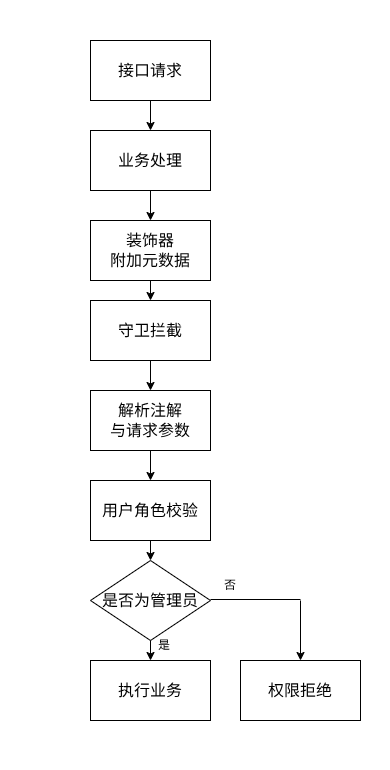
Above: static/pic/flowchart/interceptor_req.drawio.png in hongch666/mix-web-demo (draw.io), before the change. Source tidied: cells renumbered, new cells last; positions are measured from the earlier drawing's top-left corner, leaving out a move shared by most shapes.
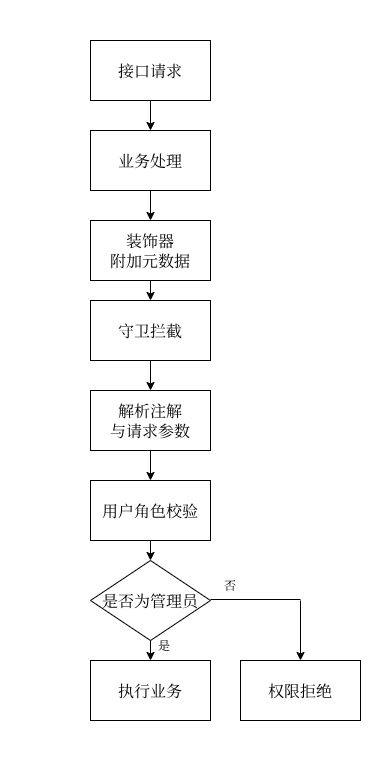
Above is the later version.

What changed in the source:
```diff
@@ -2,83 +2,83 @@
   <root>
     <mxCell id="0" />
     <mxCell id="1" parent="0" />
-    <mxCell id="2" style="edgeStyle=none;html=1;exitX=0.5;exitY=1;exitDx=0;exitDy=0;entryX=0.5;entryY=0;entryDx=0;entryDy=0;" parent="1" edge="1" source="3" target="5">
+    <mxCell id="2" style="edgeStyle=none;html=1;exitX=0.5;exitY=1;exitDx=0;exitDy=0;entryX=0.5;entryY=0;entryDx=0;entryDy=0;fontFamily=宋体;" parent="1" edge="1" source="3" target="5">
       <mxGeometry relative="1" as="geometry" />
     </mxCell>
-    <mxCell id="3" value="接口请求" style="rounded=0;whiteSpace=wrap;html=1;fontSize=16;" parent="1" vertex="1">
+    <mxCell id="3" value="接口请求" style="rounded=0;whiteSpace=wrap;html=1;fontSize=16;fontFamily=宋体;" parent="1" vertex="1">
       <mxGeometry x="90" y="40" width="120" height="60" as="geometry" />
     </mxCell>
-    <mxCell id="4" style="edgeStyle=none;html=1;exitX=0.5;exitY=1;exitDx=0;exitDy=0;entryX=0.5;entryY=0;entryDx=0;entryDy=0;" parent="1" edge="1" source="5" target="23">
+    <mxCell id="4" style="edgeStyle=none;html=1;exitX=0.5;exitY=1;exitDx=0;exitDy=0;entryX=0.5;entryY=0;entryDx=0;entryDy=0;fontFamily=宋体;" parent="1" edge="1" source="5" target="23">
       <mxGeometry relative="1" as="geometry" />
     </mxCell>
-    <mxCell id="5" value="业务处理&lt;span style=&quot;color: rgba(0, 0, 0, 0); font-family: monospace; font-size: 0px; text-align: start;&quot;&gt;%3CmxGraphModel%3E%3Croot%3E%3CmxCell%20id%3D%220%22%2F%3E%3CmxCell%20id%3D%221%22%20parent%3D%220%22%2F%3E%3CmxCell%20id%3D%222%22%20value%3D%22AOP%E5%88%87%E9%9D%A2%E6%8B%A6%E6%88%AA%22%20style%3D%22rounded%3D0%3BwhiteSpace%3Dwrap%3Bhtml%3D1%3BfontSize%3D16%3B%22%20vertex%3D%221%22%20parent%3D%221%22%3E%3CmxGeometry%20x%3D%22310%22%20y%3D%22160%22%20width%3D%22120%22%20height%3D%2260%22%20as%3D%22geometry%22%2F%3E%3C%2FmxCell%3E%3C%2Froot%3E%3C%2FmxGraphModel%3E&lt;/span&gt;" style="rounded=0;whiteSpace=wrap;html=1;fontSize=16;" parent="1" vertex="1">
+    <mxCell id="5" value="业务处理&lt;span style=&quot;color: rgba(0, 0, 0, 0); font-size: 0px; text-align: start;&quot;&gt;%3CmxGraphModel%3E%3Croot%3E%3CmxCell%20id%3D%220%22%2F%3E%3CmxCell%20id%3D%221%22%20parent%3D%220%22%2F%3E%3CmxCell%20id%3D%222%22%20value%3D%22AOP%E5%88%87%E9%9D%A2%E6%8B%A6%E6%88%AA%22%20style%3D%22rounded%3D0%3BwhiteSpace%3Dwrap%3Bhtml%3D1%3BfontSize%3D16%3B%22%20vertex%3D%221%22%20parent%3D%221%22%3E%3CmxGeometry%20x%3D%22310%22%20y%3D%22160%22%20width%3D%22120%22%20height%3D%2260%22%20as%3D%22geometry%22%2F%3E%3C%2FmxCell%3E%3C%2Froot%3E%3C%2FmxGraphModel%3E&lt;/span&gt;" style="rounded=0;whiteSpace=wrap;html=1;fontSize=16;fontFamily=宋体;" parent="1" vertex="1">
       <mxGeometry x="90" y="130" width="120" height="60" as="geometry" />
     </mxCell>
-    <mxCell id="6" style="edgeStyle=none;html=1;exitX=0.5;exitY=1;exitDx=0;exitDy=0;entryX=0.5;entryY=0;entryDx=0;entryDy=0;" parent="1" edge="1" target="8">
+    <mxCell id="6" style="edgeStyle=none;html=1;exitX=0.5;exitY=1;exitDx=0;exitDy=0;entryX=0.5;entryY=0;entryDx=0;entryDy=0;fontFamily=宋体;" parent="1" edge="1" target="8">
       <mxGeometry relative="1" as="geometry">
         <mxPoint x="150" y="360" as="sourcePoint" />
       </mxGeometry>
     </mxCell>
-    <mxCell id="7" style="edgeStyle=none;html=1;exitX=0.5;exitY=1;exitDx=0;exitDy=0;entryX=0.5;entryY=0;entryDx=0;entryDy=0;" parent="1" edge="1" source="8" target="10">
+    <mxCell id="7" style="edgeStyle=none;html=1;exitX=0.5;exitY=1;exitDx=0;exitDy=0;entryX=0.5;entryY=0;entryDx=0;entryDy=0;fontFamily=宋体;" parent="1" edge="1" source="8" target="10">
       <mxGeometry relative="1" as="geometry" />
     </mxCell>
-    <mxCell id="8" value="解析注解&lt;br&gt;与请求参数" style="rounded=0;whiteSpace=wrap;html=1;fontSize=16;" parent="1" vertex="1">
+    <mxCell id="8" value="解析注解&lt;br&gt;与请求参数" style="rounded=0;whiteSpace=wrap;html=1;fontSize=16;fontFamily=宋体;" parent="1" vertex="1">
       <mxGeometry x="90" y="390" width="120" height="60" as="geometry" />
     </mxCell>
-    <mxCell id="9" style="edgeStyle=none;html=1;exitX=0.5;exitY=1;exitDx=0;exitDy=0;entryX=0.5;entryY=0;entryDx=0;entryDy=0;" parent="1" edge="1" source="10" target="11">
+    <mxCell id="9" style="edgeStyle=none;html=1;exitX=0.5;exitY=1;exitDx=0;exitDy=0;entryX=0.5;entryY=0;entryDx=0;entryDy=0;fontFamily=宋体;" parent="1" edge="1" source="10" target="11">
       <mxGeometry relative="1" as="geometry" />
     </mxCell>
-    <mxCell id="10" value="用户角色校验" style="rounded=0;whiteSpace=wrap;html=1;fontSize=16;" parent="1" vertex="1">
+    <mxCell id="10" value="用户角色校验" style="rounded=0;whiteSpace=wrap;html=1;fontSize=16;fontFamily=宋体;" parent="1" vertex="1">
       <mxGeometry x="90" y="480" width="120" height="60" as="geometry" />
     </mxCell>
-    <mxCell id="11" value="&lt;span style=&quot;font-size: 16px;&quot;&gt;是否为管理员&lt;/span&gt;" style="rhombus;whiteSpace=wrap;html=1;" parent="1" vertex="1">
+    <mxCell id="11" value="&lt;span style=&quot;font-size: 16px;&quot;&gt;是否为管理员&lt;/span&gt;" style="rhombus;whiteSpace=wrap;html=1;fontFamily=宋体;" parent="1" vertex="1">
       <mxGeometry x="90" y="560" width="120" height="80" as="geometry" />
     </mxCell>
-    <mxCell id="12" style="edgeStyle=none;html=1;exitX=0.5;exitY=1;exitDx=0;exitDy=0;entryX=0.5;entryY=0;entryDx=0;entryDy=0;" parent="1" edge="1" target="13">
+    <mxCell id="12" style="edgeStyle=none;html=1;exitX=0.5;exitY=1;exitDx=0;exitDy=0;entryX=0.5;entryY=0;entryDx=0;entryDy=0;fontFamily=宋体;" parent="1" edge="1" target="13">
       <mxGeometry relative="1" as="geometry">
         <mxPoint x="150" y="640" as="sourcePoint" />
       </mxGeometry>
     </mxCell>
-    <mxCell id="13" value="执行业务" style="rounded=0;whiteSpace=wrap;html=1;fontSize=16;" parent="1" vertex="1">
+    <mxCell id="13" value="执行业务" style="rounded=0;whiteSpace=wrap;html=1;fontSize=16;fontFamily=宋体;" parent="1" vertex="1">
       <mxGeometry x="90" y="660" width="120" height="60" as="geometry" />
     </mxCell>
-    <mxCell id="14" value="权限拒绝" style="rounded=0;whiteSpace=wrap;html=1;fontSize=16;" parent="1" vertex="1">
+    <mxCell id="14" value="权限拒绝" style="rounded=0;whiteSpace=wrap;html=1;fontSize=16;fontFamily=宋体;" parent="1" vertex="1">
       <mxGeometry x="240" y="660" width="120" height="60" as="geometry" />
     </mxCell>
-    <mxCell id="15" style="endArrow=none;html=1;" parent="1" edge="1">
+    <mxCell id="15" style="endArrow=none;html=1;fontFamily=宋体;" parent="1" edge="1">
       <mxGeometry relative="1" as="geometry">
         <mxPoint x="210" y="599" as="sourcePoint" />
         <mxPoint x="300" y="599" as="targetPoint" />
       </mxGeometry>
     </mxCell>
-    <mxCell id="16" value="否" style="text;html=1;strokeColor=none;fillColor=none;align=center;verticalAlign=middle;whiteSpace=wrap;rounded=0;" parent="1" vertex="1">
+    <mxCell id="16" value="否" style="text;html=1;strokeColor=none;fillColor=none;align=center;verticalAlign=middle;whiteSpace=wrap;rounded=0;fontFamily=宋体;" parent="1" vertex="1">
       <mxGeometry x="200" y="570" width="60" height="30" as="geometry" />
     </mxCell>
-    <mxCell id="17" value="是" style="text;html=1;strokeColor=none;fillColor=none;align=center;verticalAlign=middle;whiteSpace=wrap;rounded=0;" parent="1" vertex="1">
+    <mxCell id="17" value="是" style="text;html=1;strokeColor=none;fillColor=none;align=center;verticalAlign=middle;whiteSpace=wrap;rounded=0;fontFamily=宋体;" parent="1" vertex="1">
       <mxGeometry x="134" y="630" width="60" height="30" as="geometry" />
     </mxCell>
-    <mxCell id="18" style="rounded=0;whiteSpace=wrap;html=1;textOpacity=0;labelBorderColor=light-dark(#000000,#FFFFFF);fontColor=none;noLabel=1;strokeColor=none;" parent="1" vertex="1">
+    <mxCell id="18" style="rounded=0;whiteSpace=wrap;html=1;textOpacity=0;labelBorderColor=light-dark(#000000,#FFFFFF);fontColor=none;noLabel=1;strokeColor=none;fontFamily=宋体;" parent="1" vertex="1">
       <mxGeometry x="145" width="10" height="30" as="geometry" />
     </mxCell>
-    <mxCell id="19" style="rounded=0;whiteSpace=wrap;html=1;textOpacity=0;labelBorderColor=light-dark(#000000,#FFFFFF);fontColor=none;noLabel=1;strokeColor=none;" parent="1" vertex="1">
+    <mxCell id="19" style="rounded=0;whiteSpace=wrap;html=1;textOpacity=0;labelBorderColor=light-dark(#000000,#FFFFFF);fontColor=none;noLabel=1;strokeColor=none;fontFamily=宋体;" parent="1" vertex="1">
       <mxGeometry x="380" y="550" width="10" height="30" as="geometry" />
     </mxCell>
-    <mxCell id="20" style="rounded=0;whiteSpace=wrap;html=1;textOpacity=0;labelBorderColor=light-dark(#000000,#FFFFFF);fontColor=none;noLabel=1;strokeColor=none;" parent="1" vertex="1">
+    <mxCell id="20" style="rounded=0;whiteSpace=wrap;html=1;textOpacity=0;labelBorderColor=light-dark(#000000,#FFFFFF);fontColor=none;noLabel=1;strokeColor=none;fontFamily=宋体;" parent="1" vertex="1">
       <mxGeometry x="159" y="740" width="10" height="30" as="geometry" />
     </mxCell>
-    <mxCell id="21" style="rounded=0;whiteSpace=wrap;html=1;textOpacity=0;labelBorderColor=light-dark(#000000,#FFFFFF);fontColor=none;noLabel=1;strokeColor=none;" parent="1" vertex="1">
+    <mxCell id="21" style="rounded=0;whiteSpace=wrap;html=1;textOpacity=0;labelBorderColor=light-dark(#000000,#FFFFFF);fontColor=none;noLabel=1;strokeColor=none;fontFamily=宋体;" parent="1" vertex="1">
       <mxGeometry y="610" width="10" height="30" as="geometry" />
     </mxCell>
-    <mxCell id="22" style="edgeStyle=none;html=1;exitX=0.5;exitY=1;exitDx=0;exitDy=0;entryX=0.5;entryY=0;entryDx=0;entryDy=0;" parent="1" edge="1" source="23" target="24">
+    <mxCell id="22" style="edgeStyle=none;html=1;exitX=0.5;exitY=1;exitDx=0;exitDy=0;entryX=0.5;entryY=0;entryDx=0;entryDy=0;fontFamily=宋体;" parent="1" edge="1" source="23" target="24">
       <mxGeometry relative="1" as="geometry" />
     </mxCell>
-    <mxCell id="23" value="装饰器&lt;br&gt;附加元数据" style="rounded=0;whiteSpace=wrap;html=1;fontSize=16;" parent="1" vertex="1">
+    <mxCell id="23" value="装饰器&lt;br&gt;附加元数据" style="rounded=0;whiteSpace=wrap;html=1;fontSize=16;fontFamily=宋体;" parent="1" vertex="1">
       <mxGeometry x="90" y="220" width="120" height="60" as="geometry" />
     </mxCell>
-    <mxCell id="24" value="守卫拦截" style="rounded=0;whiteSpace=wrap;html=1;fontSize=16;" parent="1" vertex="1">
+    <mxCell id="24" value="守卫拦截" style="rounded=0;whiteSpace=wrap;html=1;fontSize=16;fontFamily=宋体;" parent="1" vertex="1">
       <mxGeometry x="90" y="300" width="120" height="60" as="geometry" />
     </mxCell>
-    <mxCell id="25" style="endArrow=classic;html=1;entryX=0.5;entryY=0;entryDx=0;entryDy=0;" parent="1" edge="1" target="14">
+    <mxCell id="25" style="endArrow=classic;html=1;entryX=0.5;entryY=0;entryDx=0;entryDy=0;fontFamily=宋体;" parent="1" edge="1" target="14">
       <mxGeometry relative="1" as="geometry">
         <mxPoint x="300" y="600" as="sourcePoint" />
       </mxGeometry>
```
